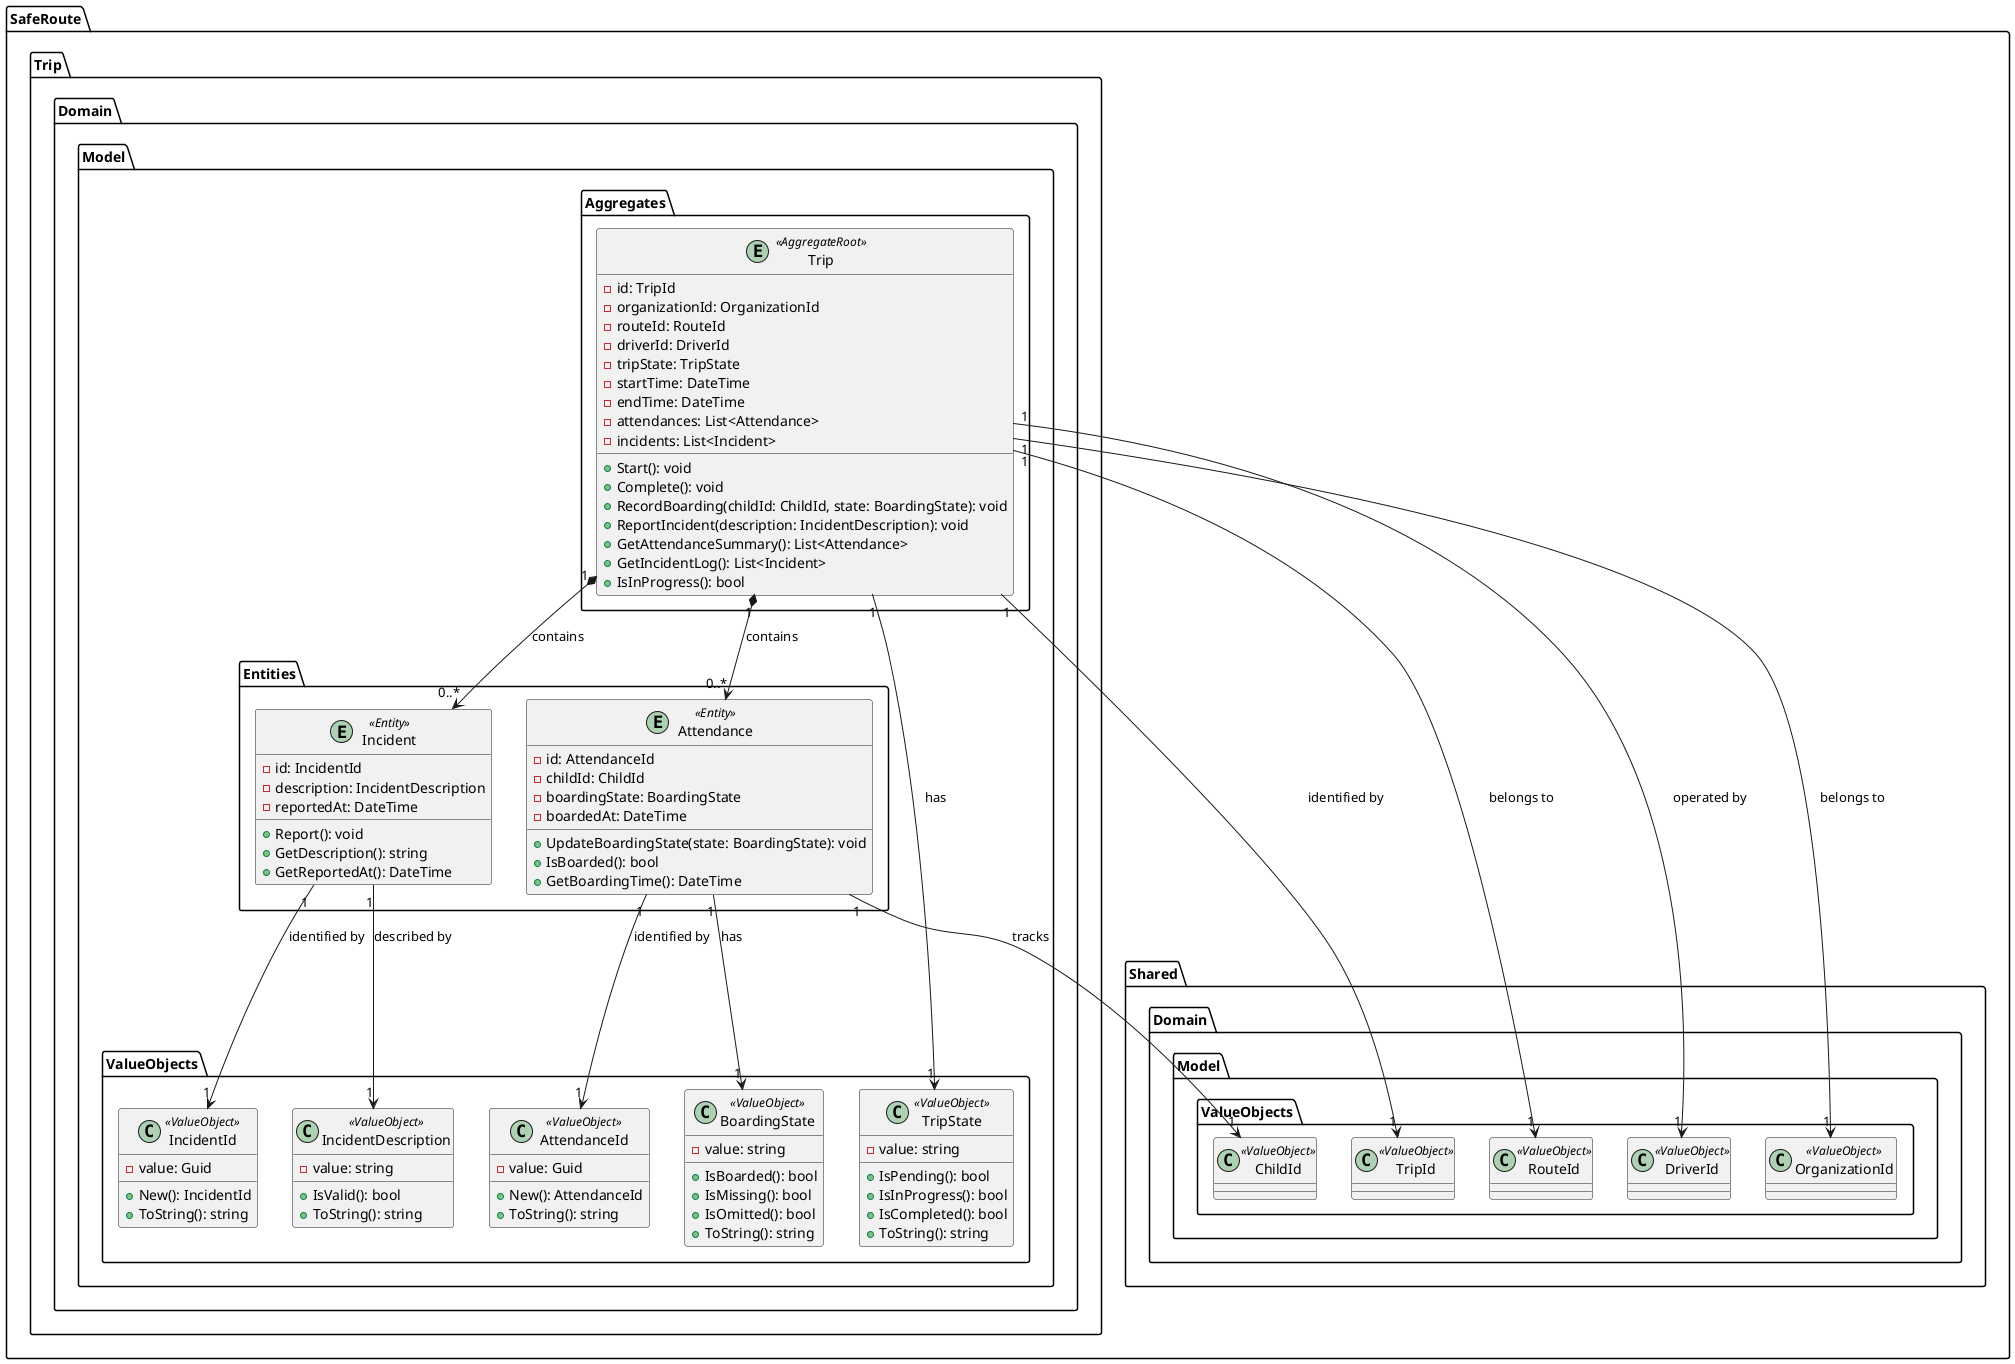
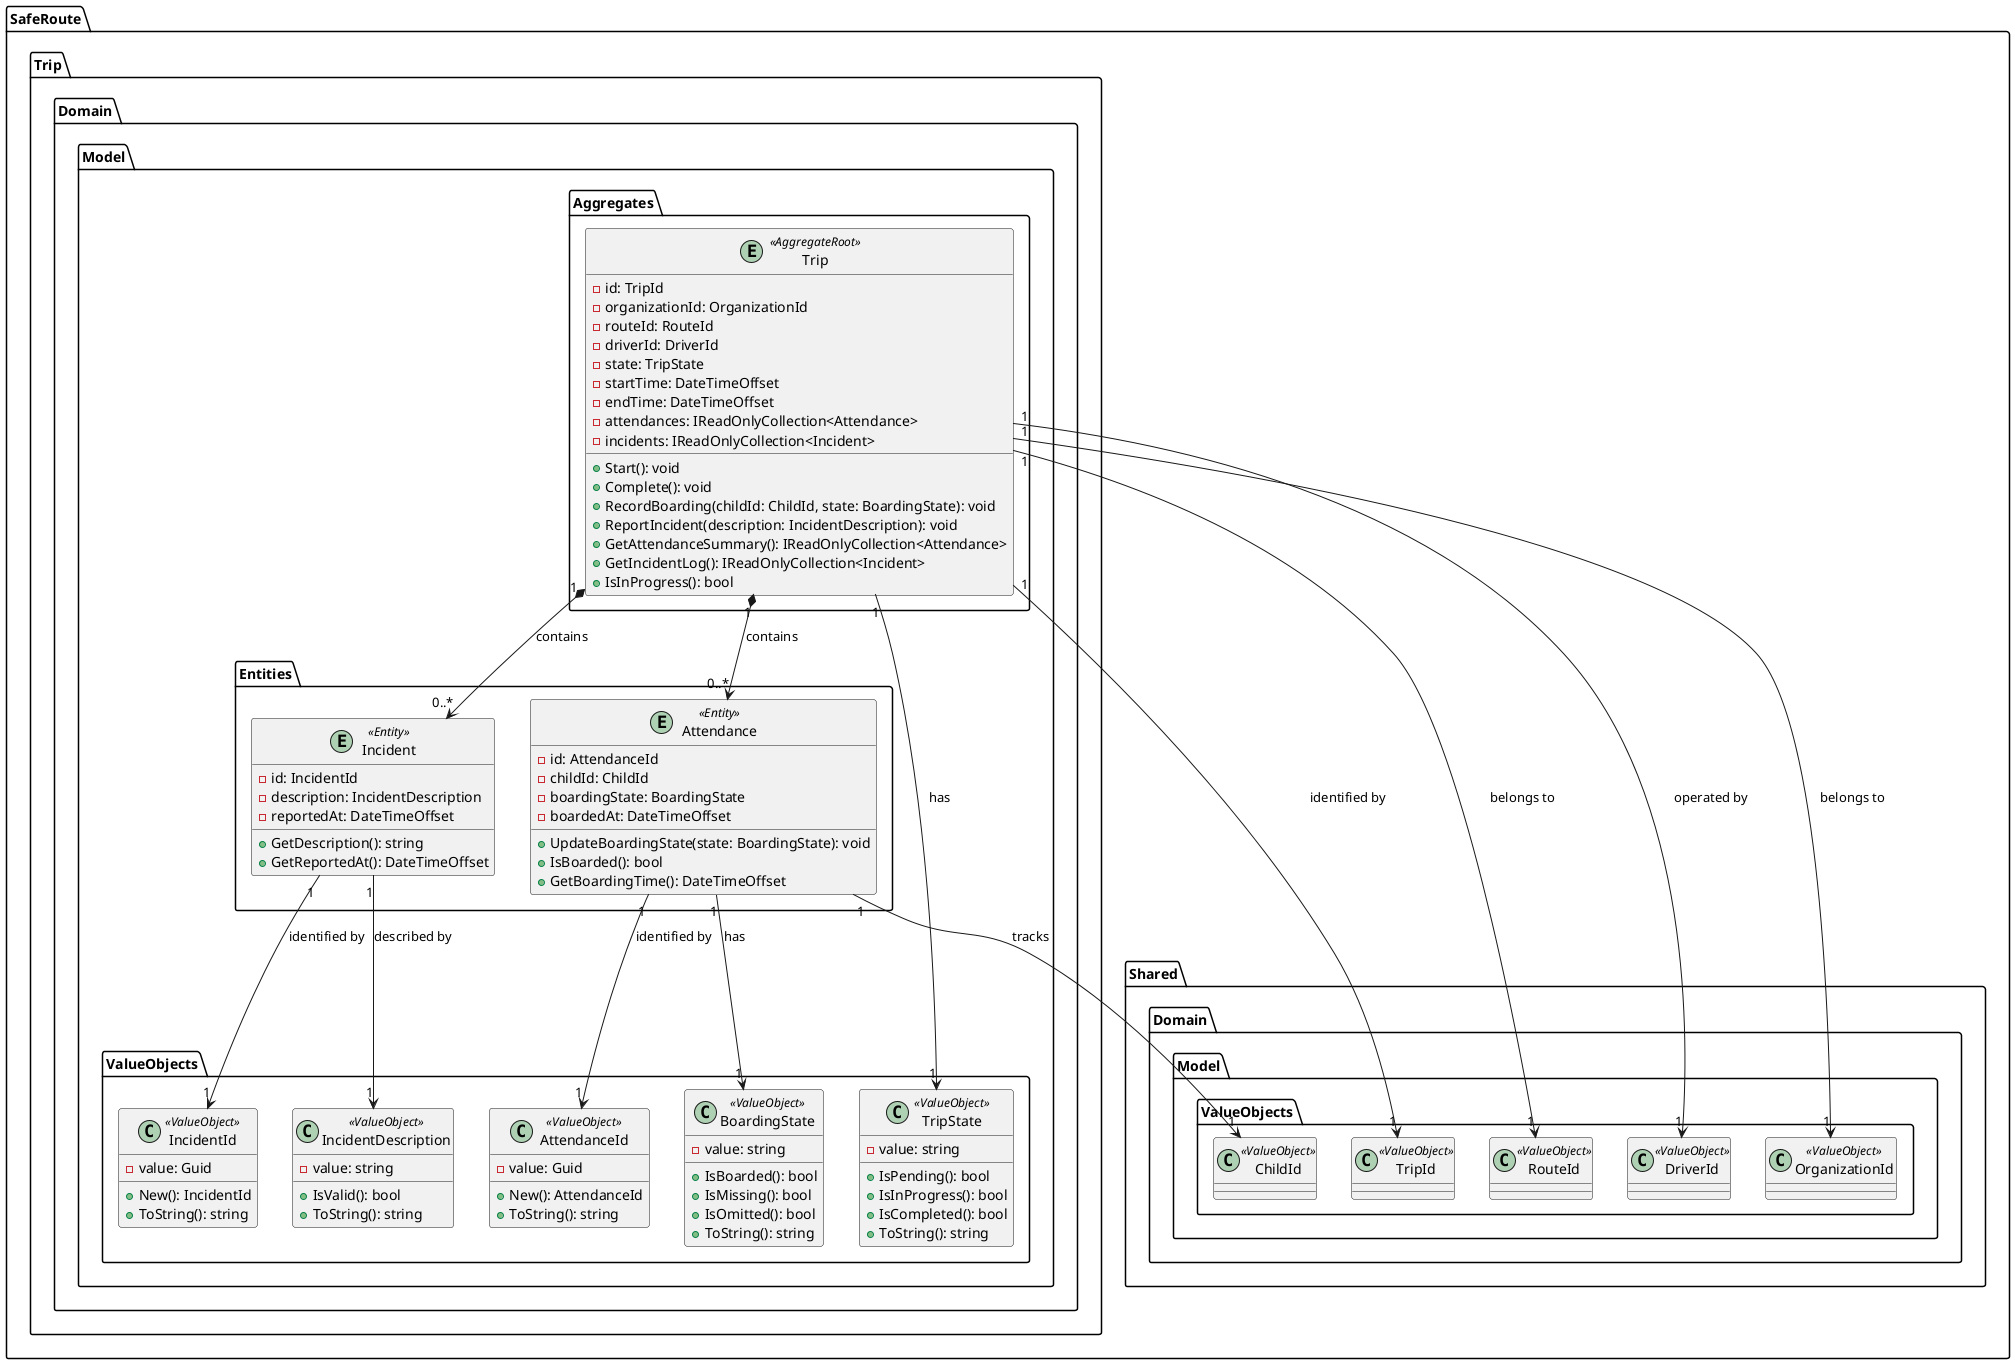
@startuml
skinparam monochrome false

package "SafeRoute.Trip.Domain.Model.Aggregates" {
  entity "Trip" as TripPrincipal <<AggregateRoot>> {
    -id: TripId
    -organizationId: OrganizationId
    -routeId: RouteId
    -driverId: DriverId
-     -tripState: TripState
-     -startTime: DateTime
-     -endTime: DateTime
-     -attendances: List<Attendance>
-     -incidents: List<Incident>
+     -state: TripState
+     -startTime: DateTimeOffset
+     -endTime: DateTimeOffset
+     -attendances: IReadOnlyCollection<Attendance>
+     -incidents: IReadOnlyCollection<Incident>
    +Start(): void
    +Complete(): void
    +RecordBoarding(childId: ChildId, state: BoardingState): void
    +ReportIncident(description: IncidentDescription): void
-     +GetAttendanceSummary(): List<Attendance>
-     +GetIncidentLog(): List<Incident>
+     +GetAttendanceSummary(): IReadOnlyCollection<Attendance>
+     +GetIncidentLog(): IReadOnlyCollection<Incident>
    +IsInProgress(): bool
  }
}

package "SafeRoute.Trip.Domain.Model.Entities" {
  entity "Attendance" as Attendance <<Entity>> {
    -id: AttendanceId
    -childId: ChildId
    -boardingState: BoardingState
-     -boardedAt: DateTime
+     -boardedAt: DateTimeOffset
    +UpdateBoardingState(state: BoardingState): void
    +IsBoarded(): bool
-     +GetBoardingTime(): DateTime
+     +GetBoardingTime(): DateTimeOffset
  }

  entity "Incident" as Incident <<Entity>> {
    -id: IncidentId
    -description: IncidentDescription
-     -reportedAt: DateTime
-     +Report(): void
+     -reportedAt: DateTimeOffset
    +GetDescription(): string
-     +GetReportedAt(): DateTime
+     +GetReportedAt(): DateTimeOffset
  }
}

package "SafeRoute.Trip.Domain.Model.ValueObjects" {
  class "AttendanceId" as AttendanceId <<ValueObject>> {
    -value: Guid
    +New(): AttendanceId
    +ToString(): string
  }

  class "IncidentId" as IncidentId <<ValueObject>> {
    -value: Guid
    +New(): IncidentId
    +ToString(): string
  }

  class "TripState" as TripState <<ValueObject>> {
    -value: string
    +IsPending(): bool
    +IsInProgress(): bool
    +IsCompleted(): bool
    +ToString(): string
  }

  class "BoardingState" as BoardingState <<ValueObject>> {
    -value: string
    +IsBoarded(): bool
    +IsMissing(): bool
    +IsOmitted(): bool
    +ToString(): string
  }

  class "IncidentDescription" as IncidentDescription <<ValueObject>> {
    -value: string
    +IsValid(): bool
    +ToString(): string
  }
}

' ─── Shared ──────────────────────────────────────────────────────────────────
package "SafeRoute.Shared.Domain.Model.ValueObjects" {
  class "OrganizationId" as SharedOrganizationId <<ValueObject>> {
  }
  class "TripId" as SharedTripId <<ValueObject>> {
  }
  class "RouteId" as SharedRouteId <<ValueObject>> {
  }
  class "DriverId" as SharedDriverId <<ValueObject>> {
  }
  class "ChildId" as SharedChildId <<ValueObject>> {
  }
}

TripPrincipal "1" --> "1" SharedTripId : identified by
TripPrincipal "1" --> "1" SharedOrganizationId : belongs to
TripPrincipal "1" --> "1" SharedRouteId : belongs to
TripPrincipal "1" --> "1" SharedDriverId : operated by
TripPrincipal "1" --> "1" TripState : has
TripPrincipal "1" *--> "0..*" Attendance : contains
TripPrincipal "1" *--> "0..*" Incident : contains
Attendance "1" --> "1" AttendanceId : identified by
Attendance "1" --> "1" SharedChildId : tracks
Attendance "1" --> "1" BoardingState : has
Incident "1" --> "1" IncidentId : identified by
Incident "1" --> "1" IncidentDescription : described by

@enduml
